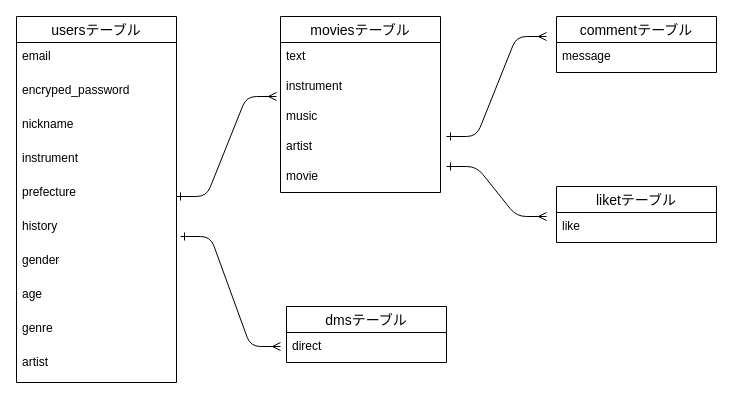
Before: test.dio in nbnbshsh/music-jam, a draw.io diagram. Source tidied: cells renumbered, new cells numbered last; positions are measured from the earlier drawing's top-left corner, leaving out a move shared by most shapes. Both pictures are drawn from the tidied source at 100%, with x=0, y=0 at pixel (16, 16).
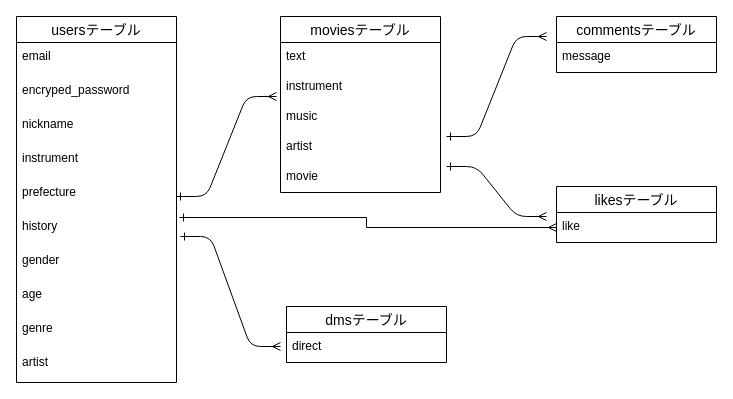
The same page after the edit.

Unchanged cells that the change refers to:
```xml
<mxCell id="8" value="history" style="text;strokeColor=none;fillColor=none;spacingLeft=4;spacingRight=4;overflow=hidden;points=[[0,0.5],[1,0.5]];portConstraint=eastwest;fontSize=12;" parent="2" vertex="1">
  <mxGeometry y="196" width="160" height="34" as="geometry" />
</mxCell>
<mxCell id="27" value="like" style="text;strokeColor=none;fillColor=none;spacingLeft=4;spacingRight=4;overflow=hidden;points=[[0,0.5],[1,0.5]];portConstraint=eastwest;fontSize=12;" parent="26" vertex="1">
  <mxGeometry y="26" width="160" height="30" as="geometry" />
</mxCell>
```

The edit, as a diff of the source:
```diff
@@
-    <mxCell id="21" value="commentテーブル" style="swimlane;fontStyle=0;horizontal=1;startSize=26;align=center;fontSize=14;" parent="1" vertex="1">
+    <mxCell id="21" value="commentsテーブル" style="swimlane;fontStyle=0;horizontal=1;startSize=26;align=center;fontSize=14;" parent="1" vertex="1">
       <mxGeometry x="540" width="160" height="56" as="geometry" />
     </mxCell>
@@
-    <mxCell id="26" value="liketテーブル" style="swimlane;fontStyle=0;horizontal=1;startSize=26;align=center;fontSize=14;" parent="1" vertex="1">
+    <mxCell id="26" value="likesテーブル" style="swimlane;fontStyle=0;horizontal=1;startSize=26;align=center;fontSize=14;" parent="1" vertex="1">
       <mxGeometry x="540" y="170" width="160" height="56" as="geometry" />
     </mxCell>
@@
+    <mxCell id="29" style="edgeStyle=orthogonalEdgeStyle;rounded=0;jettySize=auto;html=1;exitX=0;exitY=0.5;exitDx=0;exitDy=0;entryX=1.019;entryY=0.147;entryDx=0;entryDy=0;entryPerimeter=0;endArrow=ERone;endFill=0;startArrow=ERmany;startFill=0;" parent="1" edge="1" source="27" target="8">
+      <mxGeometry relative="1" as="geometry" />
+    </mxCell>
```
